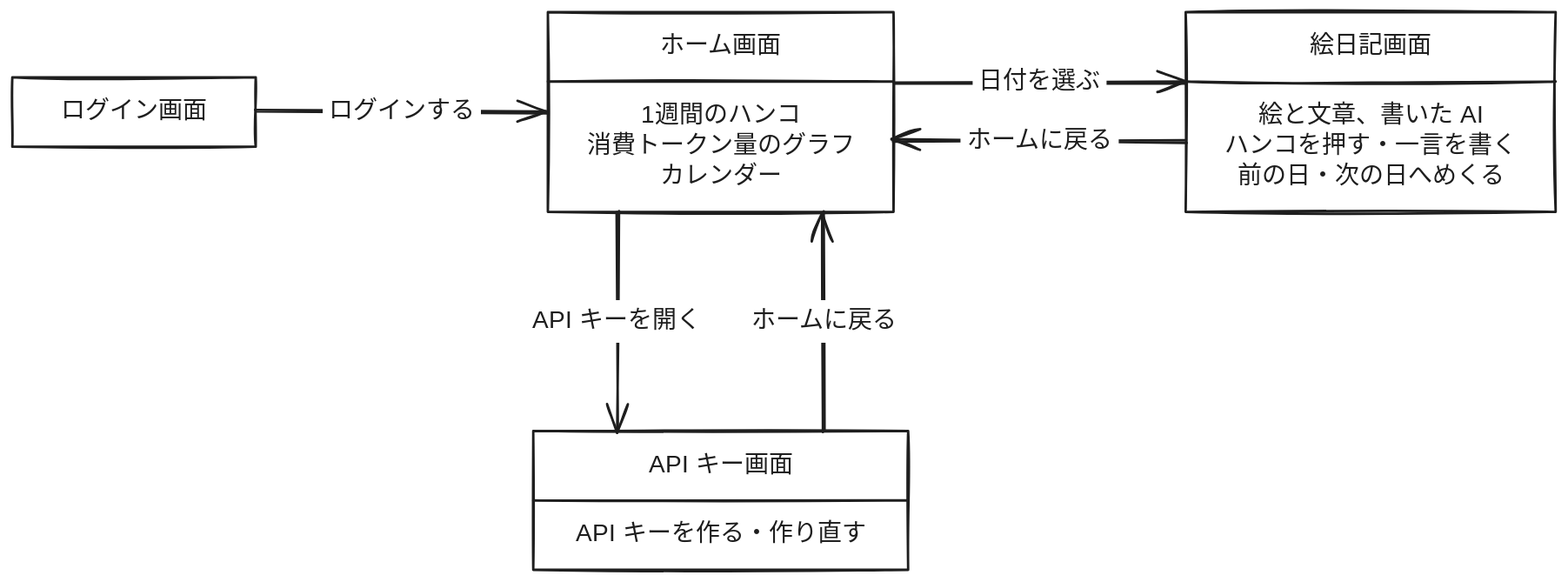
The Excalidraw diagram docs/diagrams/screen-transition.excalidraw.svg in yuta-shacho/enikki-with-ai, before a commit. Source tidied: one line per element, renumbered; positions are measured from the earlier drawing's top-left corner, leaving out a move shared by most shapes.
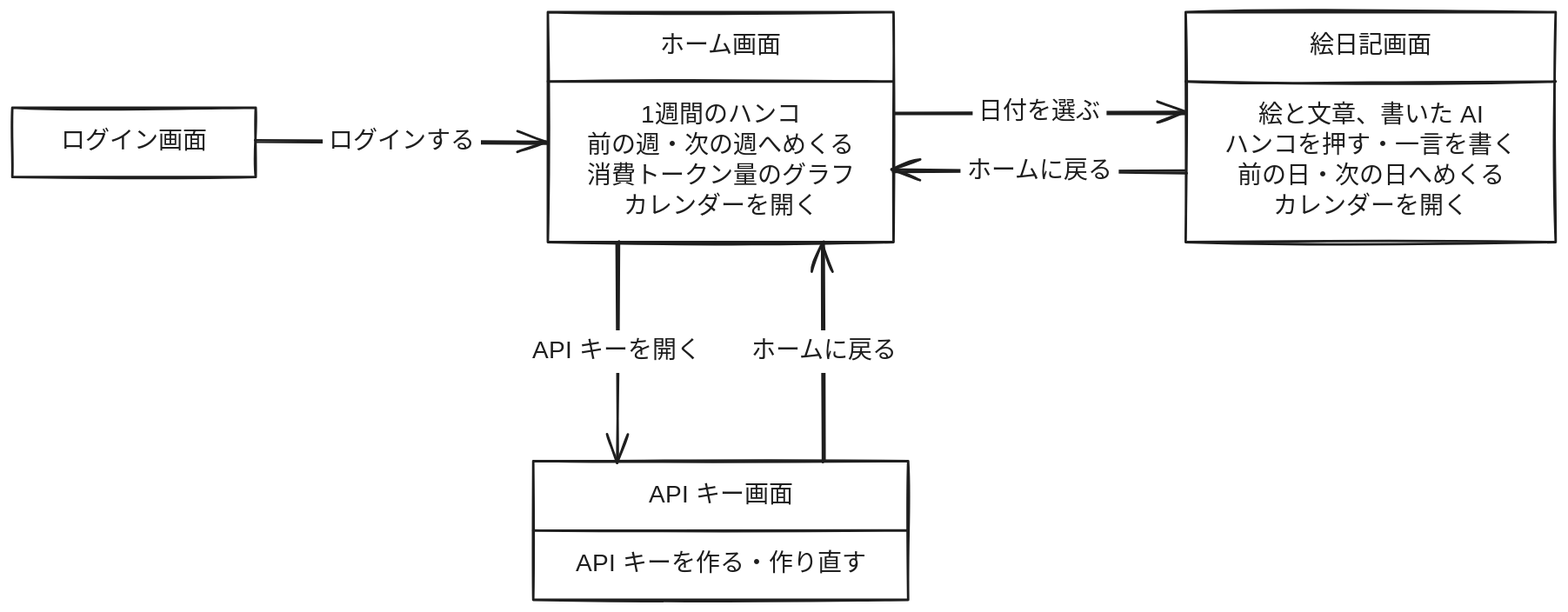
Later version of the same file.

Diff of the diagram source:
```diff
@@ -1,13 +1,13 @@
 {"id": 0, "type": "rectangle", "strokeColor": "#1e1e1e", "strokeWidth": 2, "roughness": 1, "x": 0, "y": 54, "width": 200, "height": 57}
 {"id": 1, "type": "text", "text": "ログイン画面", "strokeColor": "#1e1e1e", "strokeWidth": 2, "roughness": 1, "fontSize": 20, "fontFamily": 5, "textAlign": "center", "x": 0, "y": 70, "width": 200, "height": 25}
-{"id": 2, "type": "rectangle", "strokeColor": "#1e1e1e", "strokeWidth": 2, "roughness": 1, "x": 440, "y": 0, "width": 284, "height": 164}
+{"id": 2, "type": "rectangle", "strokeColor": "#1e1e1e", "strokeWidth": 2, "roughness": 1, "x": 440, "y": -25, "width": 284, "height": 189}
-{"id": 3, "type": "text", "text": "ホーム画面", "strokeColor": "#1e1e1e", "strokeWidth": 2, "roughness": 1, "fontSize": 20, "fontFamily": 5, "textAlign": "center", "x": 440, "y": 16, "width": 284, "height": 25}
+{"id": 3, "type": "text", "text": "ホーム画面", "strokeColor": "#1e1e1e", "strokeWidth": 2, "roughness": 1, "fontSize": 20, "fontFamily": 5, "textAlign": "center", "x": 440, "y": -9, "width": 284, "height": 25}
-{"id": 4, "type": "line", "strokeColor": "#1e1e1e", "strokeWidth": 2, "roughness": 1, "x": 440, "y": 57, "width": 284, "height": 0, "points": [[0, 0], [284, 0]]}
+{"id": 4, "type": "line", "strokeColor": "#1e1e1e", "strokeWidth": 2, "roughness": 1, "x": 440, "y": 32, "width": 284, "height": 0, "points": [[0, 0], [284, 0]]}
-{"id": 5, "type": "text", "text": "1週間のハンコ\n消費トークン量のグラフ\nカレンダー", "strokeColor": "#1e1e1e", "strokeWidth": 2, "roughness": 1, "fontSize": 20, "fontFamily": 5, "textAlign": "center", "x": 440, "y": 73, "width": 284, "height": 75}
+{"id": 5, "type": "text", "text": "1週間のハンコ\n前の週・次の週へめくる\n消費トークン量のグラフ\nカレンダーを開く", "strokeColor": "#1e1e1e", "strokeWidth": 2, "roughness": 1, "fontSize": 20, "fontFamily": 5, "textAlign": "center", "x": 440, "y": 48, "width": 284, "height": 100}
-{"id": 6, "type": "rectangle", "strokeColor": "#1e1e1e", "strokeWidth": 2, "roughness": 1, "x": 964, "y": 0, "width": 304, "height": 164}
+{"id": 6, "type": "rectangle", "strokeColor": "#1e1e1e", "strokeWidth": 2, "roughness": 1, "x": 964, "y": -25, "width": 304, "height": 189}
-{"id": 7, "type": "text", "text": "絵日記画面", "strokeColor": "#1e1e1e", "strokeWidth": 2, "roughness": 1, "fontSize": 20, "fontFamily": 5, "textAlign": "center", "x": 964, "y": 16, "width": 304, "height": 25}
+{"id": 7, "type": "text", "text": "絵日記画面", "strokeColor": "#1e1e1e", "strokeWidth": 2, "roughness": 1, "fontSize": 20, "fontFamily": 5, "textAlign": "center", "x": 964, "y": -9, "width": 304, "height": 25}
-{"id": 8, "type": "line", "strokeColor": "#1e1e1e", "strokeWidth": 2, "roughness": 1, "x": 964, "y": 57, "width": 304, "height": 0, "points": [[0, 0], [304, 0]]}
+{"id": 8, "type": "line", "strokeColor": "#1e1e1e", "strokeWidth": 2, "roughness": 1, "x": 964, "y": 32, "width": 304, "height": 0, "points": [[0, 0], [304, 0]]}
-{"id": 9, "type": "text", "text": "絵と文章、書いた AI\nハンコを押す・一言を書く\n前の日・次の日へめくる", "strokeColor": "#1e1e1e", "strokeWidth": 2, "roughness": 1, "fontSize": 20, "fontFamily": 5, "textAlign": "center", "x": 964, "y": 73, "width": 304, "height": 75}
+{"id": 9, "type": "text", "text": "絵と文章、書いた AI\nハンコを押す・一言を書く\n前の日・次の日へめくる\nカレンダーを開く", "strokeColor": "#1e1e1e", "strokeWidth": 2, "roughness": 1, "fontSize": 20, "fontFamily": 5, "textAlign": "center", "x": 964, "y": 48, "width": 304, "height": 100}
 {"id": 10, "type": "rectangle", "strokeColor": "#1e1e1e", "strokeWidth": 2, "roughness": 1, "x": 428, "y": 344, "width": 308, "height": 114}
 {"id": 11, "type": "text", "text": "API キー画面", "strokeColor": "#1e1e1e", "strokeWidth": 2, "roughness": 1, "fontSize": 20, "fontFamily": 5, "textAlign": "center", "x": 428, "y": 360, "width": 308, "height": 25}
 {"id": 12, "type": "line", "strokeColor": "#1e1e1e", "strokeWidth": 2, "roughness": 1, "x": 428, "y": 401, "width": 308, "height": 0, "points": [[0, 0], [308, 0]]}
```
